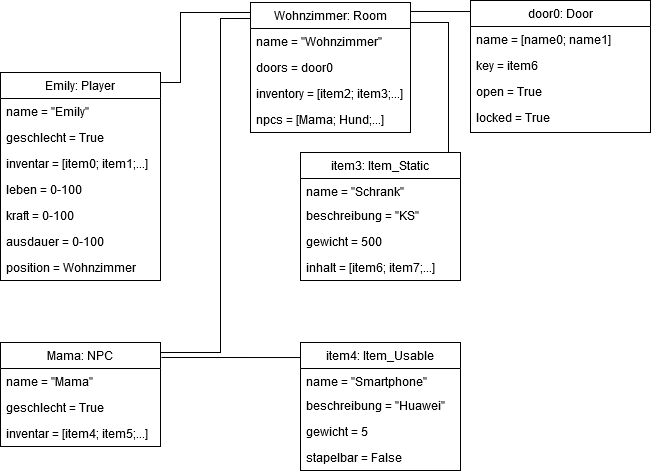
Earlier version of the draw.io export Objektdiagramm.png (Elegond/AE-Text-Adventure). Source tidied: cells renumbered, new cells last; positions are measured from the earlier drawing's top-left corner, leaving out a move shared by most shapes.
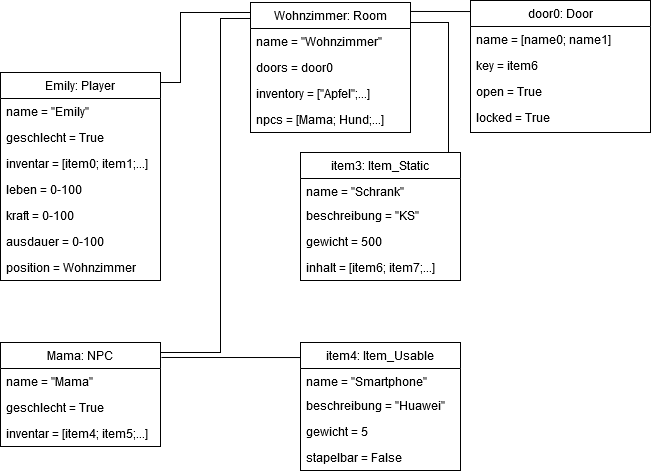
Later version of the same file.

Diff of the diagram source:
```diff
@@ -40,7 +40,7 @@
     <mxCell id="10" value="doors = door0" style="text;align=left;verticalAlign=top;spacingLeft=4;spacingRight=4;overflow=hidden;" parent="8" vertex="1">
       <mxGeometry y="52" width="160" height="26" as="geometry" />
     </mxCell>
-    <mxCell id="11" value="inventory = [item2; item3;...]" style="text;align=left;verticalAlign=top;spacingLeft=4;spacingRight=4;overflow=hidden;" parent="8" vertex="1">
+    <mxCell id="11" value="inventory = [&quot;Apfel&quot;;...]" style="text;align=left;verticalAlign=top;spacingLeft=4;spacingRight=4;overflow=hidden;" parent="8" vertex="1">
       <mxGeometry y="78" width="160" height="26" as="geometry" />
     </mxCell>
     <mxCell id="12" value="npcs = [Mama; Hund;...]" style="text;align=left;verticalAlign=top;spacingLeft=4;spacingRight=4;overflow=hidden;" parent="8" vertex="1">
```
